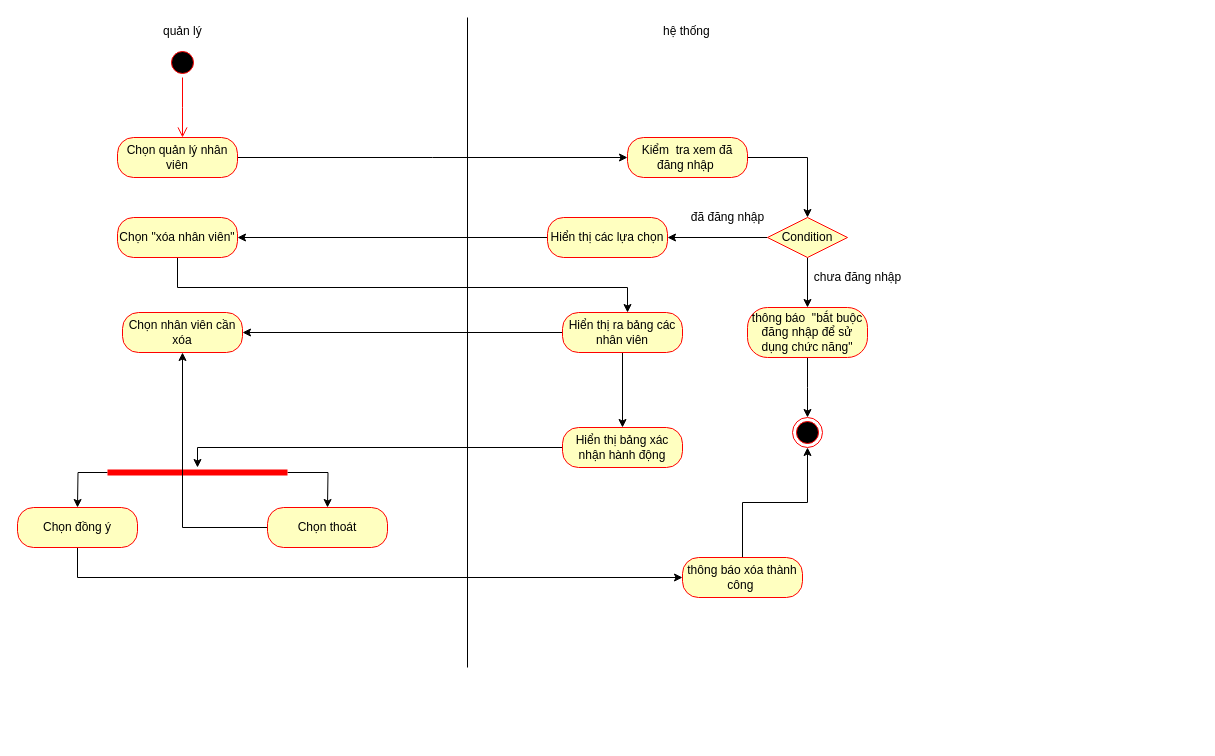
The draw.io diagram page "Xóa nhân viên" (3 of 16) of Untitled Diagram.drawio in sonha1/aaaa, before the edit. Source tidied: cells renumbered, new cells numbered last; positions are measured from the earlier drawing's top-left corner, leaving out a move shared by most shapes. Both pictures are drawn from the tidied source at 100%, with x=0, y=0 at pixel (17, 17).
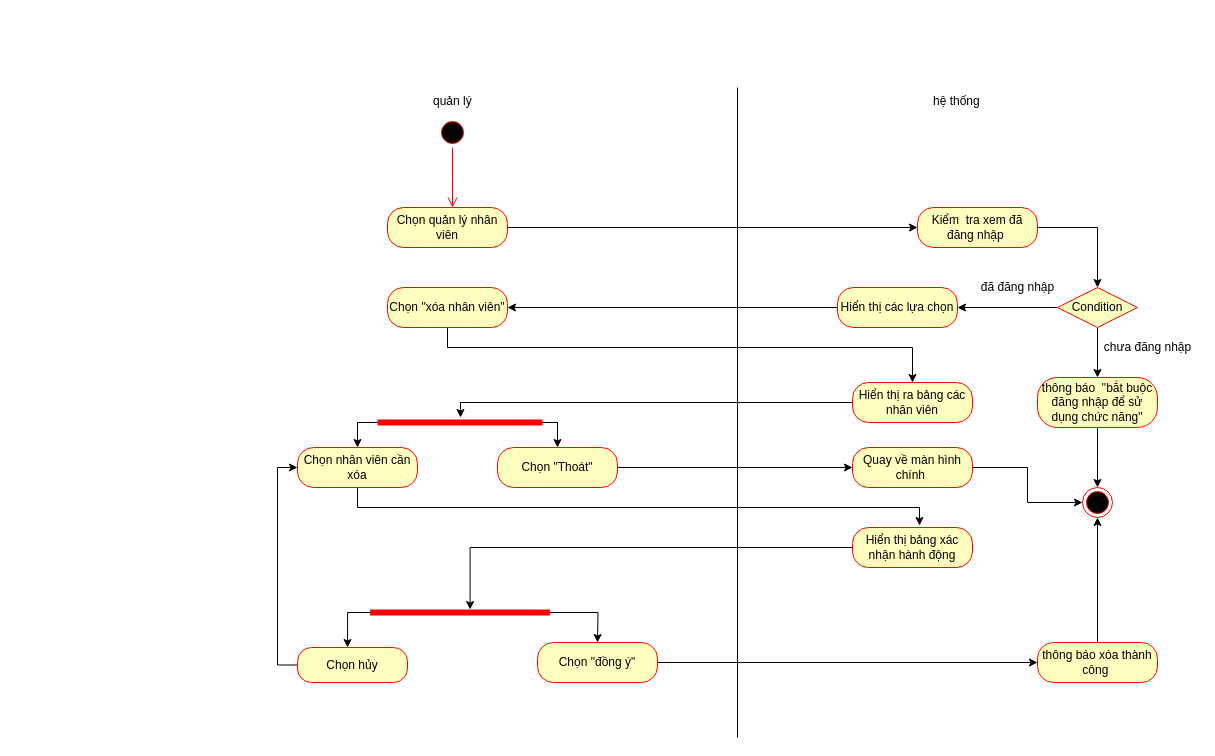
After the change.

The edit, as a diff of the source:
```diff
@@
     <mxCell id="2" value="quản lý" style="text;strokeColor=none;fillColor=none;align=left;verticalAlign=top;spacingLeft=4;spacingRight=4;overflow=hidden;" parent="1" vertex="1">
-      <mxGeometry x="140" width="100" height="26" as="geometry" />
+      <mxGeometry x="410" y="70" width="100" height="26" as="geometry" />
     </mxCell>
     <mxCell id="3" value="hệ thống" style="text;strokeColor=none;fillColor=none;align=left;verticalAlign=top;spacingLeft=4;spacingRight=4;overflow=hidden;" parent="1" vertex="1">
-      <mxGeometry x="640" width="100" height="26" as="geometry" />
+      <mxGeometry x="910" y="70" width="100" height="26" as="geometry" />
     </mxCell>
     <mxCell id="4" style="endArrow=none;html=1;edgeStyle=orthogonalEdgeStyle;rounded=0;" parent="1" edge="1">
       <mxGeometry relative="1" as="geometry">
-        <mxPoint x="450" y="650" as="sourcePoint" />
-        <mxPoint x="450" as="targetPoint" />
+        <mxPoint x="720" y="720" as="sourcePoint" />
+        <mxPoint x="720" y="70" as="targetPoint" />
         <Array as="points">
-          <mxPoint x="450" />
+          <mxPoint x="720" y="70" />
         </Array>
       </mxGeometry>
     </mxCell>
     <mxCell id="5" style="ellipse;html=1;shape=startState;fillColor=#000000;strokeColor=#ff0000;" parent="1" vertex="1">
-      <mxGeometry x="150" y="30" width="30" height="30" as="geometry" />
+      <mxGeometry x="420" y="100" width="30" height="30" as="geometry" />
     </mxCell>
     <mxCell id="6" style="edgeStyle=orthogonalEdgeStyle;html=1;verticalAlign=bottom;endArrow=open;endSize=8;strokeColor=#ff0000;rounded=0;" parent="1" edge="1" source="5">
       <mxGeometry relative="1" as="geometry">
-        <mxPoint x="165" y="120" as="targetPoint" />
+        <mxPoint x="435" y="190" as="targetPoint" />
       </mxGeometry>
     </mxCell>
-    <mxCell id="7" style="edgeStyle=orthogonalEdgeStyle;rounded=0;jettySize=auto;html=1;" parent="1" edge="1" source="8">
-      <mxGeometry relative="1" as="geometry">
-        <mxPoint x="610" y="140" as="targetPoint" />
-      </mxGeometry>
-    </mxCell>
+    <mxCell id="38" style="edgeStyle=orthogonalEdgeStyle;rounded=0;jettySize=auto;html=1;entryX=0;entryY=0.5;entryDx=0;entryDy=0;" parent="1" edge="1" source="8" target="10">
+      <mxGeometry relative="1" as="geometry" />
+    </mxCell>
     <mxCell id="8" value="Chọn quản lý nhân viên" style="rounded=1;whiteSpace=wrap;html=1;arcSize=40;fontColor=#000000;fillColor=#ffffc0;strokeColor=#ff0000;" parent="1" vertex="1">
-      <mxGeometry x="100" y="120" width="120" height="40" as="geometry" />
+      <mxGeometry x="370" y="190" width="120" height="40" as="geometry" />
     </mxCell>
@@
     <mxCell id="10" value="Kiểm&amp;nbsp; tra xem đã đăng nhập&amp;nbsp;" style="rounded=1;whiteSpace=wrap;html=1;arcSize=40;fontColor=#000000;fillColor=#ffffc0;strokeColor=#ff0000;" parent="1" vertex="1">
-      <mxGeometry x="610" y="120" width="120" height="40" as="geometry" />
+      <mxGeometry x="900" y="190" width="120" height="40" as="geometry" />
     </mxCell>
@@
     <mxCell id="13" value="Condition" style="rhombus;whiteSpace=wrap;html=1;fillColor=#ffffc0;strokeColor=#ff0000;" parent="1" vertex="1">
-      <mxGeometry x="750" y="200" width="80" height="40" as="geometry" />
+      <mxGeometry x="1040" y="270" width="80" height="40" as="geometry" />
     </mxCell>
-    <mxCell id="14" style="edgeStyle=orthogonalEdgeStyle;rounded=0;jettySize=auto;html=1;" parent="1" edge="1" source="15">
-      <mxGeometry relative="1" as="geometry">
-        <mxPoint x="220" y="220" as="targetPoint" />
-      </mxGeometry>
-    </mxCell>
+    <mxCell id="39" style="edgeStyle=orthogonalEdgeStyle;rounded=0;jettySize=auto;html=1;entryX=1;entryY=0.5;entryDx=0;entryDy=0;" parent="1" edge="1" source="15" target="20">
+      <mxGeometry relative="1" as="geometry" />
+    </mxCell>
     <mxCell id="15" value="Hiển thị các lựa chọn" style="rounded=1;whiteSpace=wrap;html=1;arcSize=40;fontColor=#000000;fillColor=#ffffc0;strokeColor=#ff0000;" parent="1" vertex="1">
-      <mxGeometry x="530" y="200" width="120" height="40" as="geometry" />
+      <mxGeometry x="820" y="270" width="120" height="40" as="geometry" />
     </mxCell>
     <mxCell id="16" value="đã đăng nhập" style="text;html=1;align=center;verticalAlign=middle;strokeColor=none;fillColor=none;" parent="1" vertex="1">
-      <mxGeometry x="665" y="190" width="90" height="20" as="geometry" />
+      <mxGeometry x="955" y="260" width="90" height="20" as="geometry" />
     </mxCell>
     <mxCell id="17" style="edgeStyle=orthogonalEdgeStyle;rounded=0;jettySize=auto;html=1;entryX=0.5;entryY=0;entryDx=0;entryDy=0;" parent="1" edge="1" source="18">
       <mxGeometry relative="1" as="geometry">
-        <mxPoint x="790" y="400" as="targetPoint" />
+        <mxPoint x="1080" y="470" as="targetPoint" />
       </mxGeometry>
     </mxCell>
     <mxCell id="18" value="thông báo&amp;nbsp; &quot;bắt buộc đăng nhập để sử dụng chức năng&quot;" style="rounded=1;whiteSpace=wrap;html=1;arcSize=40;fontColor=#000000;fillColor=#ffffc0;strokeColor=#ff0000;" parent="1" vertex="1">
-      <mxGeometry x="730" y="290" width="120" height="50" as="geometry" />
+      <mxGeometry x="1020" y="360" width="120" height="50" as="geometry" />
     </mxCell>
-    <mxCell id="19" style="edgeStyle=orthogonalEdgeStyle;rounded=0;jettySize=auto;html=1;entryX=0.542;entryY=0;entryDx=0;entryDy=0;entryPerimeter=0;" parent="1" edge="1" source="20" target="23">
+    <mxCell id="19" style="edgeStyle=orthogonalEdgeStyle;rounded=0;jettySize=auto;html=1;entryX=0.5;entryY=0;entryDx=0;entryDy=0;" parent="1" edge="1" source="20" target="23">
       <mxGeometry relative="1" as="geometry">
         <Array as="points">
-          <mxPoint x="160" y="270" />
-          <mxPoint x="610" y="270" />
+          <mxPoint x="430" y="330" />
+          <mxPoint x="895" y="330" />
         </Array>
       </mxGeometry>
     </mxCell>
     <mxCell id="20" value="Chọn &quot;xóa nhân viên&quot;" style="rounded=1;whiteSpace=wrap;html=1;arcSize=40;fontColor=#000000;fillColor=#ffffc0;strokeColor=#ff0000;" parent="1" vertex="1">
-      <mxGeometry x="100" y="200" width="120" height="40" as="geometry" />
+      <mxGeometry x="370" y="270" width="120" height="40" as="geometry" />
     </mxCell>
-    <mxCell id="21" style="edgeStyle=orthogonalEdgeStyle;rounded=0;jettySize=auto;html=1;entryX=1;entryY=0.5;entryDx=0;entryDy=0;" parent="1" edge="1" source="23" target="24">
-      <mxGeometry relative="1" as="geometry" />
-    </mxCell>
-    <mxCell id="22" style="edgeStyle=orthogonalEdgeStyle;rounded=0;jettySize=auto;html=1;entryX=0.5;entryY=0;entryDx=0;entryDy=0;" parent="1" edge="1" source="23" target="28">
-      <mxGeometry relative="1" as="geometry" />
-    </mxCell>
+    <mxCell id="40" style="edgeStyle=orthogonalEdgeStyle;rounded=0;jettySize=auto;html=1;" parent="1" edge="1" source="23" target="47">
+      <mxGeometry relative="1" as="geometry">
+        <Array as="points">
+          <mxPoint x="443" y="385" />
+        </Array>
+      </mxGeometry>
+    </mxCell>
     <mxCell id="23" value="Hiển thị ra bảng các nhân viên" style="rounded=1;whiteSpace=wrap;html=1;arcSize=40;fontColor=#000000;fillColor=#ffffc0;strokeColor=#ff0000;" parent="1" vertex="1">
-      <mxGeometry x="545" y="295" width="120" height="40" as="geometry" />
+      <mxGeometry x="835" y="365" width="120" height="40" as="geometry" />
     </mxCell>
+    <mxCell id="41" style="edgeStyle=orthogonalEdgeStyle;rounded=0;jettySize=auto;html=1;entryX=0;entryY=0.5;entryDx=0;entryDy=0;" parent="1" edge="1" source="24" target="50">
+      <mxGeometry relative="1" as="geometry" />
+    </mxCell>
-    <mxCell id="24" value="Chọn nhân viên cần xóa" style="rounded=1;whiteSpace=wrap;html=1;arcSize=40;fontColor=#000000;fillColor=#ffffc0;strokeColor=#ff0000;" parent="1" vertex="1">
-      <mxGeometry x="105" y="295" width="120" height="40" as="geometry" />
+    <mxCell id="24" value="Chọn &quot;Thoát&quot;" style="rounded=1;whiteSpace=wrap;html=1;arcSize=40;fontColor=#000000;fillColor=#ffffc0;strokeColor=#ff0000;" parent="1" vertex="1">
+      <mxGeometry x="480" y="430" width="120" height="40" as="geometry" />
     </mxCell>
     <mxCell id="25" value="chưa đăng nhập" style="text;html=1;align=center;verticalAlign=middle;strokeColor=none;fillColor=none;" parent="1" vertex="1">
-      <mxGeometry x="790" y="250" width="100" height="20" as="geometry" />
+      <mxGeometry x="1080" y="320" width="100" height="20" as="geometry" />
     </mxCell>
     <mxCell id="26" style="ellipse;html=1;shape=endState;fillColor=#000000;strokeColor=#ff0000;" parent="1" vertex="1">
-      <mxGeometry x="775" y="400" width="30" height="30" as="geometry" />
+      <mxGeometry x="1065" y="470" width="30" height="30" as="geometry" />
     </mxCell>
-    <mxCell id="27" style="edgeStyle=orthogonalEdgeStyle;rounded=0;jettySize=auto;html=1;" parent="1" edge="1" source="28" target="31">
-      <mxGeometry relative="1" as="geometry">
-        <Array as="points">
-          <mxPoint x="180" y="430" />
-        </Array>
-      </mxGeometry>
+    <mxCell id="27" style="edgeStyle=orthogonalEdgeStyle;rounded=0;jettySize=auto;html=1;entryX=0.556;entryY=0.2;entryDx=0;entryDy=0;entryPerimeter=0;" parent="1" edge="1" source="28" target="31">
+      <mxGeometry relative="1" as="geometry" />
     </mxCell>
     <mxCell id="28" value="Hiển thị bảng xác nhận hành động" style="rounded=1;whiteSpace=wrap;html=1;arcSize=40;fontColor=#000000;fillColor=#ffffc0;strokeColor=#ff0000;" parent="1" vertex="1">
-      <mxGeometry x="545" y="410" width="120" height="40" as="geometry" />
+      <mxGeometry x="835" y="510" width="120" height="40" as="geometry" />
     </mxCell>
     <mxCell id="29" style="edgeStyle=orthogonalEdgeStyle;rounded=0;jettySize=auto;html=1;" parent="1" edge="1" source="31">
       <mxGeometry relative="1" as="geometry">
-        <mxPoint x="310" y="490" as="targetPoint" />
+        <mxPoint x="580" y="625" as="targetPoint" />
       </mxGeometry>
     </mxCell>
-    <mxCell id="30" style="edgeStyle=orthogonalEdgeStyle;rounded=0;jettySize=auto;html=1;" parent="1" edge="1" source="31">
+    <mxCell id="30" style="edgeStyle=orthogonalEdgeStyle;rounded=0;jettySize=auto;html=1;entryX=0.455;entryY=0;entryDx=0;entryDy=0;entryPerimeter=0;" parent="1" edge="1" source="31" target="33">
       <mxGeometry relative="1" as="geometry">
-        <mxPoint x="60" y="490" as="targetPoint" />
+        <Array as="points">
+          <mxPoint x="330" y="595" />
+        </Array>
       </mxGeometry>
     </mxCell>
     <mxCell id="31" style="shape=line;html=1;strokeWidth=6;strokeColor=#ff0000;" parent="1" vertex="1">
-      <mxGeometry x="90" y="450" width="180" height="10" as="geometry" />
+      <mxGeometry x="352.5" y="590" width="180" height="10" as="geometry" />
     </mxCell>
-    <mxCell id="32" style="edgeStyle=orthogonalEdgeStyle;rounded=0;jettySize=auto;html=1;entryX=0;entryY=0.5;entryDx=0;entryDy=0;" parent="1" edge="1" source="33" target="37">
-      <mxGeometry relative="1" as="geometry">
-        <Array as="points">
-          <mxPoint x="60" y="560" />
-        </Array>
-      </mxGeometry>
-    </mxCell>
+    <mxCell id="42" style="edgeStyle=orthogonalEdgeStyle;rounded=0;jettySize=auto;html=1;entryX=0;entryY=0.5;entryDx=0;entryDy=0;" parent="1" edge="1" source="33">
+      <mxGeometry relative="1" as="geometry">
+        <mxPoint x="280" y="450" as="targetPoint" />
+        <Array as="points">
+          <mxPoint x="260" y="648" />
+          <mxPoint x="260" y="450" />
+        </Array>
+      </mxGeometry>
+    </mxCell>
-    <mxCell id="33" value="Chọn đồng ý" style="rounded=1;whiteSpace=wrap;html=1;arcSize=40;fontColor=#000000;fillColor=#ffffc0;strokeColor=#ff0000;" parent="1" vertex="1">
-      <mxGeometry y="490" width="120" height="40" as="geometry" />
+    <mxCell id="33" value="Chọn hủy" style="rounded=1;whiteSpace=wrap;html=1;arcSize=40;fontColor=#000000;fillColor=#ffffc0;strokeColor=#ff0000;" parent="1" vertex="1">
+      <mxGeometry x="280" y="630" width="110" height="35" as="geometry" />
     </mxCell>
-    <mxCell id="34" style="edgeStyle=orthogonalEdgeStyle;rounded=0;jettySize=auto;html=1;entryX=0.5;entryY=1;entryDx=0;entryDy=0;" parent="1" edge="1" source="35" target="24">
-      <mxGeometry relative="1" as="geometry">
-        <Array as="points">
-          <mxPoint x="165" y="510" />
-        </Array>
-      </mxGeometry>
-    </mxCell>
+    <mxCell id="43" style="edgeStyle=orthogonalEdgeStyle;rounded=0;jettySize=auto;html=1;entryX=0;entryY=0.5;entryDx=0;entryDy=0;" parent="1" edge="1" source="35" target="37">
+      <mxGeometry relative="1" as="geometry" />
+    </mxCell>
-    <mxCell id="35" value="Chọn thoát" style="rounded=1;whiteSpace=wrap;html=1;arcSize=40;fontColor=#000000;fillColor=#ffffc0;strokeColor=#ff0000;" parent="1" vertex="1">
-      <mxGeometry x="250" y="490" width="120" height="40" as="geometry" />
+    <mxCell id="35" value="Chọn &quot;đồng ý&quot;" style="rounded=1;whiteSpace=wrap;html=1;arcSize=40;fontColor=#000000;fillColor=#ffffc0;strokeColor=#ff0000;" parent="1" vertex="1">
+      <mxGeometry x="520" y="625" width="120" height="40" as="geometry" />
     </mxCell>
@@
     <mxCell id="37" value="thông báo xóa thành công&amp;nbsp;" style="rounded=1;whiteSpace=wrap;html=1;arcSize=40;fontColor=#000000;fillColor=#ffffc0;strokeColor=#ff0000;" parent="1" vertex="1">
-      <mxGeometry x="665" y="540" width="120" height="40" as="geometry" />
+      <mxGeometry x="1020" y="625" width="120" height="40" as="geometry" />
     </mxCell>
+    <mxCell id="44" style="edgeStyle=orthogonalEdgeStyle;rounded=0;jettySize=auto;html=1;entryX=0.558;entryY=-0.05;entryDx=0;entryDy=0;entryPerimeter=0;" parent="1" edge="1" target="28">
+      <mxGeometry relative="1" as="geometry">
+        <mxPoint x="340" y="470" as="sourcePoint" />
+        <Array as="points">
+          <mxPoint x="340" y="490" />
+          <mxPoint x="902" y="490" />
+        </Array>
+      </mxGeometry>
+    </mxCell>
+    <mxCell id="45" style="edgeStyle=orthogonalEdgeStyle;rounded=0;jettySize=auto;html=1;entryX=0.5;entryY=0;entryDx=0;entryDy=0;" parent="1" edge="1" source="47">
+      <mxGeometry relative="1" as="geometry">
+        <mxPoint x="340" y="430" as="targetPoint" />
+        <Array as="points">
+          <mxPoint x="340" y="405" />
+        </Array>
+      </mxGeometry>
+    </mxCell>
+    <mxCell id="46" style="edgeStyle=orthogonalEdgeStyle;rounded=0;jettySize=auto;html=1;exitX=0.964;exitY=0.5;exitDx=0;exitDy=0;exitPerimeter=0;" parent="1" edge="1" source="47" target="24">
+      <mxGeometry relative="1" as="geometry">
+        <Array as="points">
+          <mxPoint x="540" y="405" />
+        </Array>
+      </mxGeometry>
+    </mxCell>
+    <mxCell id="47" style="shape=line;html=1;strokeWidth=6;strokeColor=#ff0000;" parent="1" vertex="1">
+      <mxGeometry x="360" y="400" width="165" height="10" as="geometry" />
+    </mxCell>
+    <mxCell id="48" value="Chọn nhân viên cần xóa" style="rounded=1;whiteSpace=wrap;html=1;arcSize=40;fontColor=#000000;fillColor=#ffffc0;strokeColor=#ff0000;" parent="1" vertex="1">
+      <mxGeometry x="280" y="430" width="120" height="40" as="geometry" />
+    </mxCell>
+    <mxCell id="49" style="edgeStyle=orthogonalEdgeStyle;rounded=0;jettySize=auto;html=1;entryX=0;entryY=0.5;entryDx=0;entryDy=0;" parent="1" edge="1" source="50" target="26">
+      <mxGeometry relative="1" as="geometry" />
+    </mxCell>
+    <mxCell id="50" value="Quay về màn hình chính&amp;nbsp;" style="rounded=1;whiteSpace=wrap;html=1;arcSize=40;fontColor=#000000;fillColor=#ffffc0;strokeColor=#ff0000;" parent="1" vertex="1">
+      <mxGeometry x="835" y="430" width="120" height="40" as="geometry" />
+    </mxCell>
```
